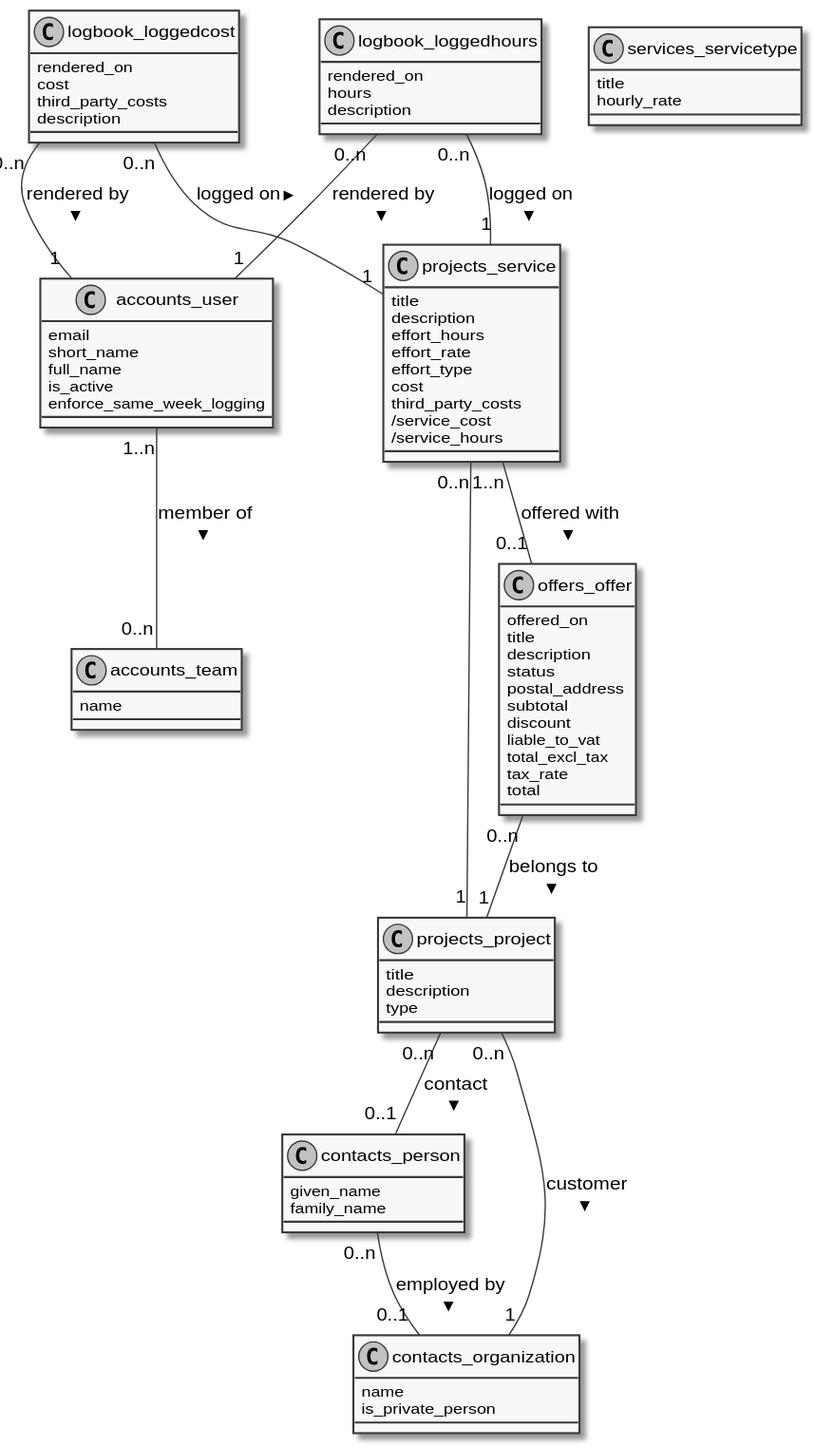
This is wb-custom.uml.svg from matthiask/workbench-uml, a PlantUML export, as it was before one commit. Source of this version:
```plantuml
@startuml

skinparam monochrome true
skinparam classStereotypeFontSize 10

class "accounts_team" {
  name
}

class "accounts_user" {
  email
  short_name
  full_name
  is_active
  enforce_same_week_logging
}

class "contacts_organization" {
  name
  is_private_person
}

class "contacts_person" {
  given_name
  family_name
}

class "logbook_loggedcost" {
  rendered_on
  cost
  third_party_costs
  description
}

class "logbook_loggedhours" {
  rendered_on
  hours
  description
}

class "offers_offer" {
  offered_on
  title
  description
  status
  postal_address
  subtotal
  discount
  liable_to_vat
  total_excl_tax
  tax_rate
  total
}

class "projects_project" {
  title
  description
  type
}

class "projects_service" {
  title
  description
  effort_hours
  effort_rate
  effort_type
  cost
  third_party_costs
  /service_cost
  /service_hours
}

class "services_servicetype" {
  title
  hourly_rate
}

 accounts_user "1..n" -- "0..n" accounts_team : member of >

 contacts_person "0..n" -- "0..1" contacts_organization : employed by >

 logbook_loggedcost "0..n" -- "1" accounts_user : rendered by >

 logbook_loggedcost "0..n" -- "1" projects_service : logged on >

 logbook_loggedhours "0..n" -- "1" accounts_user : rendered by >

 logbook_loggedhours "0..n" -- "1" projects_service : logged on >

 offers_offer "0..n" -- "1" projects_project : belongs to >

 projects_project "0..n" -- "0..1" contacts_person : contact >

 projects_project "0..n" -- "1" contacts_organization : customer >

 projects_service "1..n" -- "0..1" offers_offer : offered with >

 projects_service "0..n" -- "1" projects_project

@enduml
```
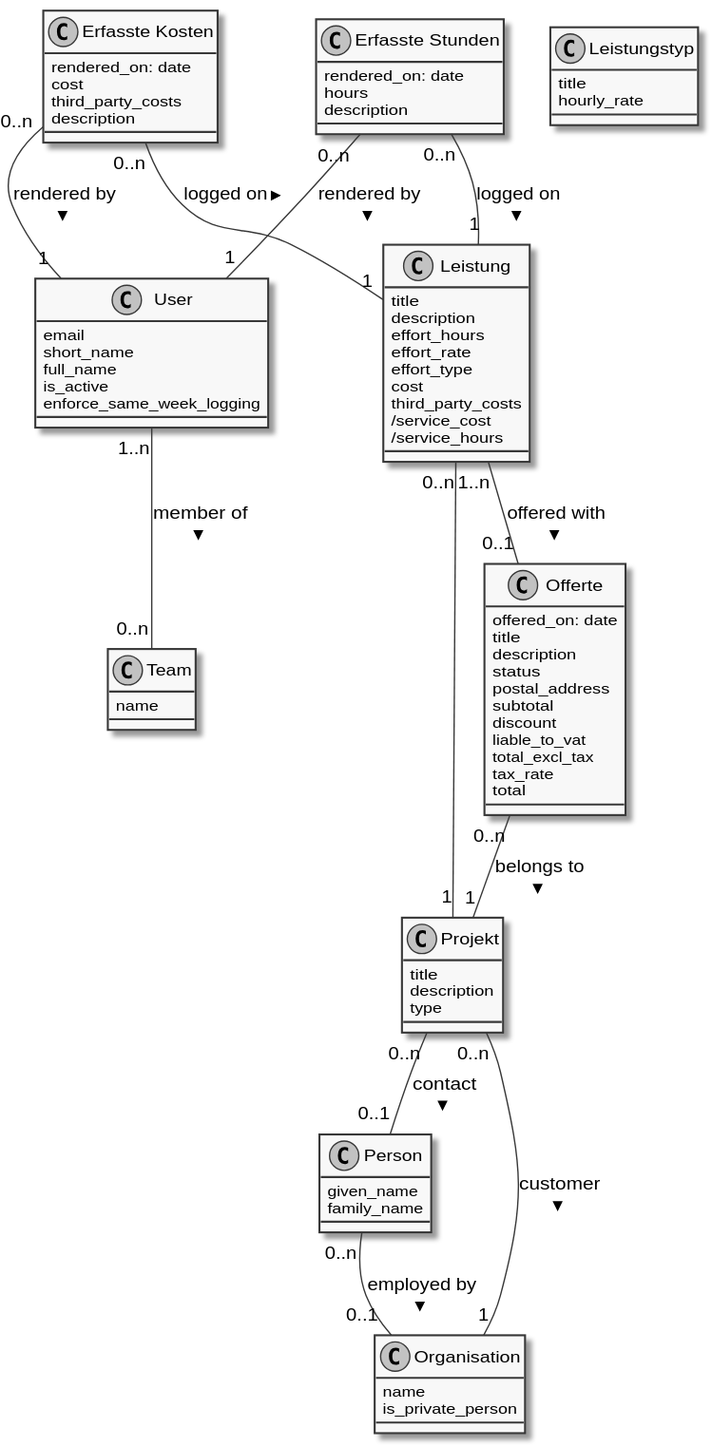
Above is the later version.

Change to the diagram source:
```diff
@@ -3,11 +3,11 @@
 skinparam monochrome true
 skinparam classStereotypeFontSize 10
 
-class "accounts_team" {
+class "Team" {
   name
 }
 
-class "accounts_user" {
+class "User" {
   email
   short_name
   full_name
@@ -15,31 +15,31 @@
   enforce_same_week_logging
 }
 
-class "contacts_organization" {
+class "Organisation" {
   name
   is_private_person
 }
 
-class "contacts_person" {
+class "Person" {
   given_name
   family_name
 }
 
-class "logbook_loggedcost" {
-  rendered_on
+class "Erfasste Kosten" {
+  rendered_on: date
   cost
   third_party_costs
   description
 }
 
-class "logbook_loggedhours" {
-  rendered_on
+class "Erfasste Stunden" {
+  rendered_on: date
   hours
   description
 }
 
-class "offers_offer" {
-  offered_on
+class "Offerte" {
+  offered_on: date
   title
   description
   status
@@ -52,13 +52,13 @@
   total
 }
 
-class "projects_project" {
+class "Projekt" {
   title
   description
   type
 }
 
-class "projects_service" {
+class "Leistung" {
   title
   description
   effort_hours
@@ -70,31 +70,31 @@
   /service_hours
 }
 
-class "services_servicetype" {
+class "Leistungstyp" {
   title
   hourly_rate
 }
 
- accounts_user "1..n" -- "0..n" accounts_team : member of >
+ User "1..n" -- "0..n" Team : member of >
 
- contacts_person "0..n" -- "0..1" contacts_organization : employed by >
+ Person "0..n" -- "0..1" Organisation : employed by >
 
- logbook_loggedcost "0..n" -- "1" accounts_user : rendered by >
+ "Erfasste Kosten" "0..n" -- "1" User : rendered by >
 
- logbook_loggedcost "0..n" -- "1" projects_service : logged on >
+ "Erfasste Kosten" "0..n" -- "1" Leistung : logged on >
 
- logbook_loggedhours "0..n" -- "1" accounts_user : rendered by >
+ "Erfasste Stunden" "0..n" -- "1" User : rendered by >
 
- logbook_loggedhours "0..n" -- "1" projects_service : logged on >
+ "Erfasste Stunden" "0..n" -- "1" Leistung : logged on >
 
- offers_offer "0..n" -- "1" projects_project : belongs to >
+ Offerte "0..n" -- "1" Projekt : belongs to >
 
- projects_project "0..n" -- "0..1" contacts_person : contact >
+ Projekt "0..n" -- "0..1" Person : contact >
 
- projects_project "0..n" -- "1" contacts_organization : customer >
+ Projekt "0..n" -- "1" Organisation : customer >
 
- projects_service "1..n" -- "0..1" offers_offer : offered with >
+ Leistung "1..n" -- "0..1" Offerte : offered with >
 
- projects_service "0..n" -- "1" projects_project
+ Leistung "0..n" -- "1" Projekt
 
 @enduml
```
